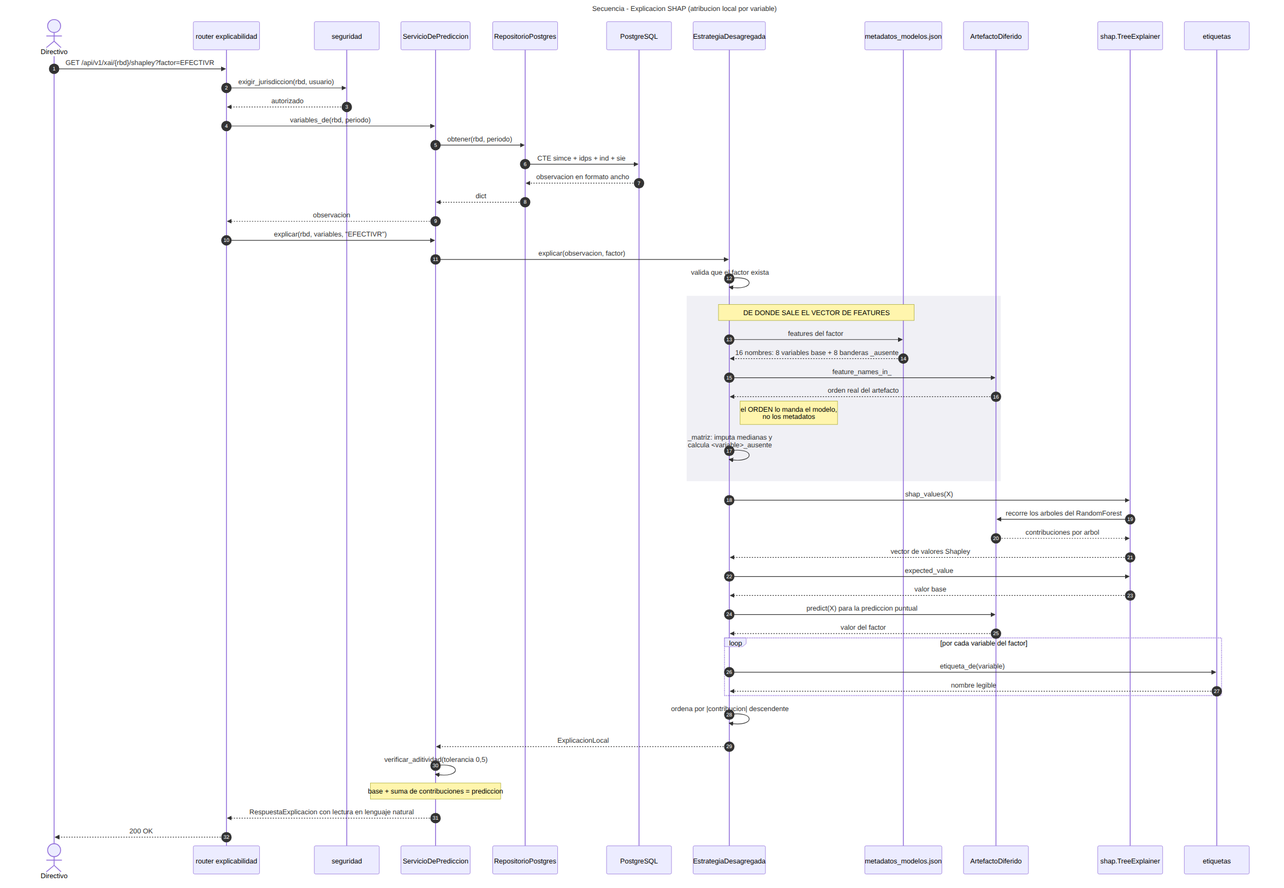
Earlier version of the Mermaid export docs/diagramas/05_secuencia_shap.png (canischilensis/indice-sned). Its source is kept beside it as docs/diagramas/05_secuencia_shap.mmd.
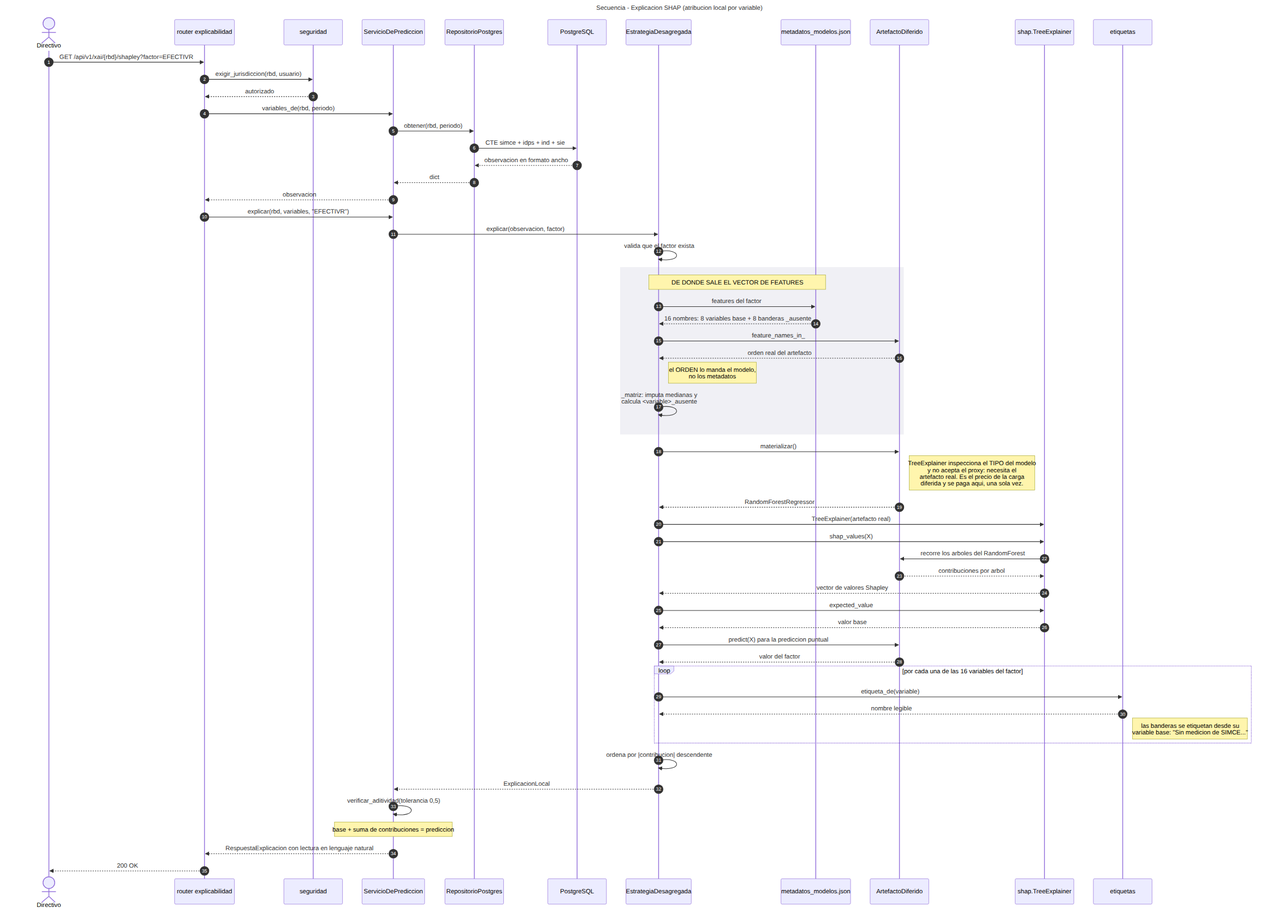
Later version of the same file.

The edit, as a diff of the source:
```diff
@@ -40,6 +40,10 @@
         E->>E: _matriz: imputa medianas y<br/>calcula <variable>_ausente
     end
 
+    E->>P: materializar()
+    Note right of P: TreeExplainer inspecciona el TIPO del modelo<br/>y no acepta el proxy: necesita el<br/>artefacto real. Es el precio de la carga<br/>diferida y se paga aqui, una sola vez.
+    P-->>E: RandomForestRegressor
+    E->>X: TreeExplainer(artefacto real)
     E->>X: shap_values(X)
     X->>P: recorre los arboles del RandomForest
     P-->>X: contribuciones por arbol
@@ -49,9 +53,10 @@
     E->>P: predict(X) para la prediccion puntual
     P-->>E: valor del factor
 
-    loop por cada variable del factor
+    loop por cada una de las 16 variables del factor
         E->>Et: etiqueta_de(variable)
         Et-->>E: nombre legible
+        Note right of Et: las banderas se etiquetan desde su<br/>variable base: "Sin medicion de SIMCE..."
     end
     E->>E: ordena por |contribucion| descendente
     E-->>F: ExplicacionLocal
```
